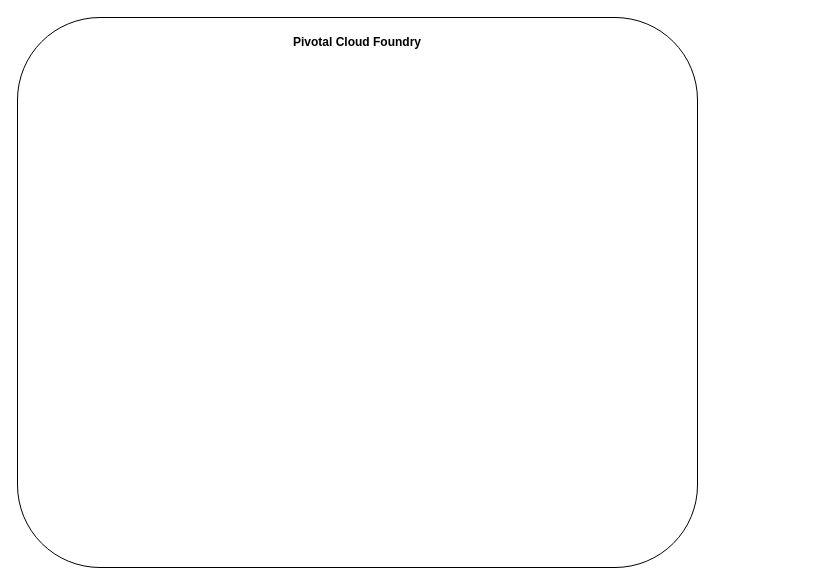
Earlier version of the draw.io diagram Untitled Diagram.drawio (PA20063329/org-diagram-ref). Source tidied: cells renumbered, new cells numbered last; positions are measured from the earlier drawing's top-left corner, leaving out a move shared by most shapes. Both pictures are drawn from the tidied source at 100%, with x=0, y=0 at pixel (17, 17).
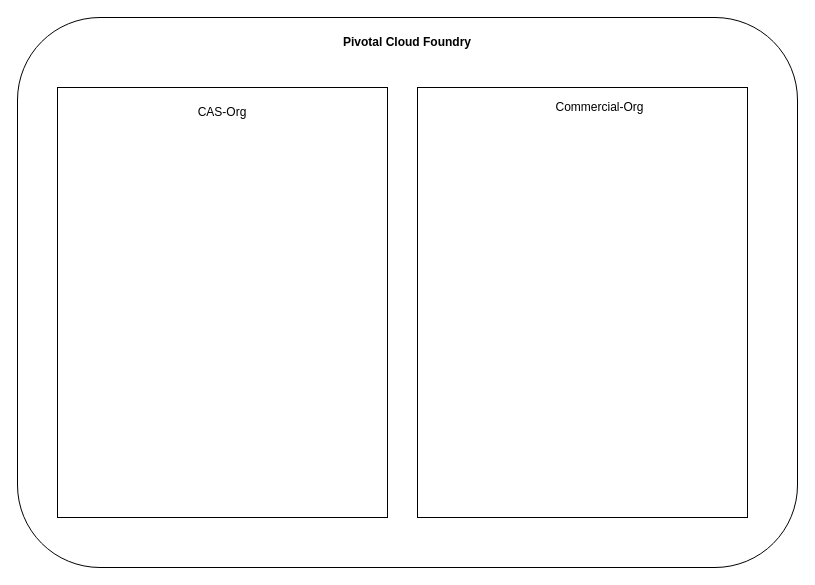
The same page after the edit.

What changed in the source:
```diff
@@
 <mxGraphModel>
   <root>
     <mxCell id="0" />
     <mxCell id="1" parent="0" />
     <mxCell id="2" style="group;" parent="1" vertex="1">
-      <mxGeometry width="680" height="550" as="geometry" />
+      <mxGeometry width="780" height="550" as="geometry" />
     </mxCell>
     <mxCell id="3" style="rounded=1;whiteSpace=wrap;html=1;align=center;" parent="2" vertex="1">
-      <mxGeometry width="680" height="550" as="geometry" />
+      <mxGeometry width="780" height="550" as="geometry" />
     </mxCell>
     <mxCell id="4" value="&lt;b style=&quot;border-color: var(--border-color); background-color: initial;&quot;&gt;Pivotal Cloud Foundry&lt;/b&gt;" style="text;html=1;strokeColor=none;fillColor=none;align=center;verticalAlign=middle;whiteSpace=wrap;rounded=0;" parent="2" vertex="1">
-      <mxGeometry x="265" y="10" width="150" height="30" as="geometry" />
+      <mxGeometry x="304" y="10" width="172.1" height="30" as="geometry" />
     </mxCell>
+    <mxCell id="5" style="group;" parent="2" vertex="1">
+      <mxGeometry x="40" y="70" width="330" height="430" as="geometry" />
+    </mxCell>
+    <mxCell id="6" style="rounded=0;whiteSpace=wrap;html=1;" parent="5" vertex="1">
+      <mxGeometry width="330" height="430" as="geometry" />
+    </mxCell>
+    <mxCell id="7" value="CAS-Org" style="text;html=1;strokeColor=none;fillColor=none;align=center;verticalAlign=middle;whiteSpace=wrap;rounded=0;" parent="5" vertex="1">
+      <mxGeometry x="135" y="10" width="60" height="30" as="geometry" />
+    </mxCell>
+    <mxCell id="8" style="group;" parent="2" vertex="1">
+      <mxGeometry x="400" y="70" width="330" height="430" as="geometry" />
+    </mxCell>
+    <mxCell id="9" style="rounded=0;whiteSpace=wrap;html=1;" parent="8" vertex="1">
+      <mxGeometry width="330" height="430" as="geometry" />
+    </mxCell>
+    <mxCell id="10" value="Commercial-Org" style="text;html=1;strokeColor=none;fillColor=none;align=center;verticalAlign=middle;whiteSpace=wrap;rounded=0;" parent="8" vertex="1">
+      <mxGeometry x="135" y="10" width="95" height="20" as="geometry" />
+    </mxCell>
   </root>
 </mxGraphModel>
```
